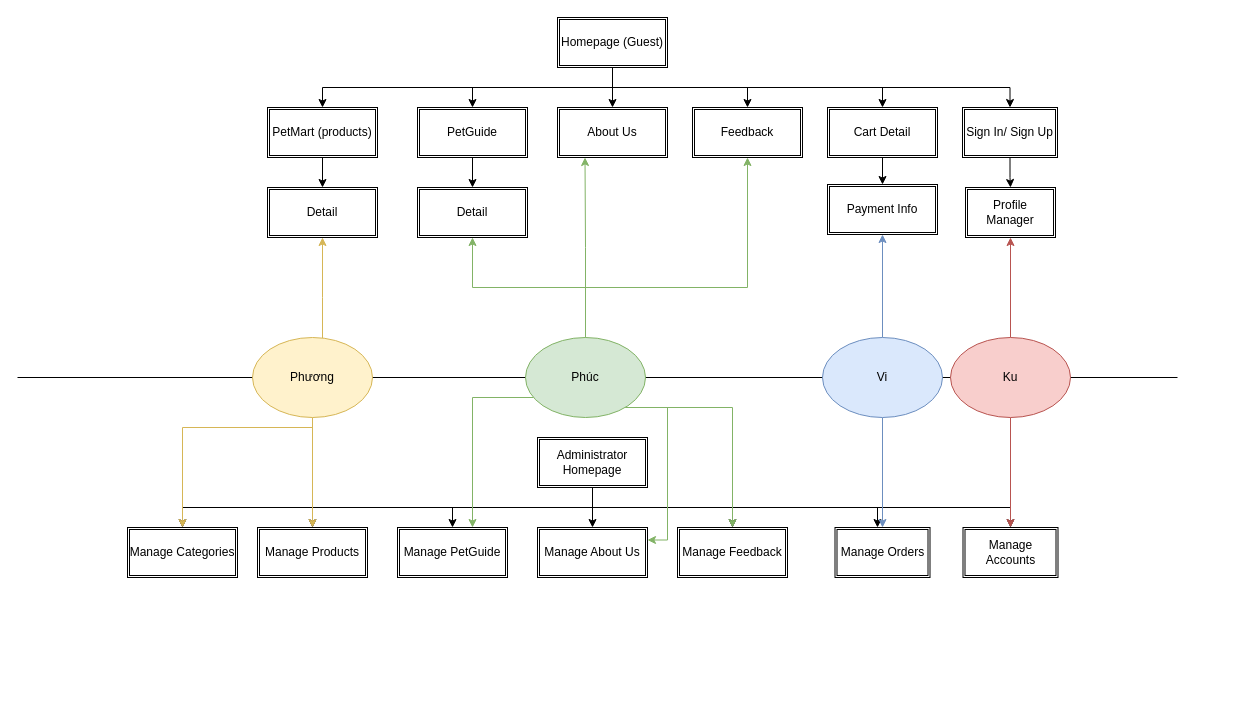
This is page "Site Map" (1 of 3) of PetCare-design-Phuong-PC.drawio from duyphuong403/PetCare, a draw.io file, before an edit. Source tidied: cells renumbered, new cells numbered last; positions are measured from the earlier drawing's top-left corner, leaving out a move shared by most shapes. Both pictures are drawn from the tidied source at 100%, with x=0, y=0 at pixel (17, 17).
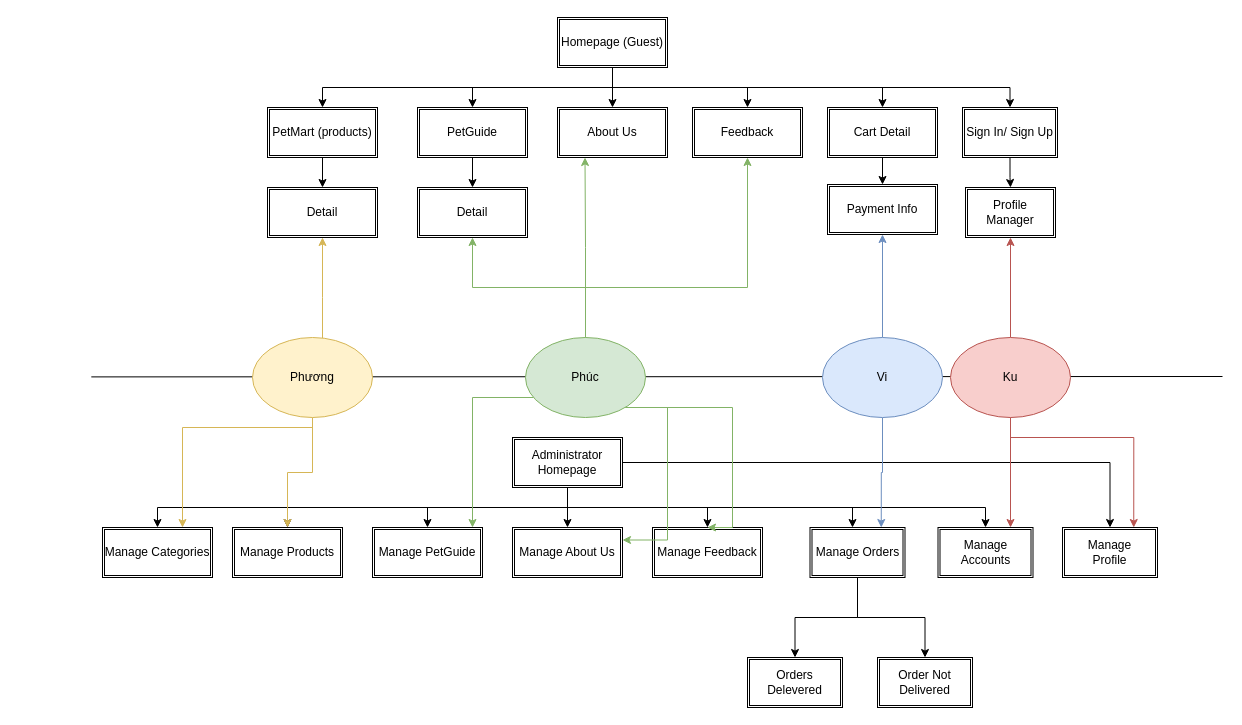
The same page after the edit.

Unchanged cells that the change refers to:
```xml
<mxCell id="41" value="Vi" style="ellipse;whiteSpace=wrap;html=1;fillColor=#dae8fc;strokeColor=#6c8ebf;" parent="1" vertex="1">
  <mxGeometry x="805" y="320" width="120" height="80" as="geometry" />
</mxCell>
<mxCell id="44" value="Ku" style="ellipse;whiteSpace=wrap;html=1;fillColor=#f8cecc;strokeColor=#b85450;" parent="1" vertex="1">
  <mxGeometry x="933" y="320" width="120" height="80" as="geometry" />
</mxCell>
```

Change to the diagram source:
```diff
@@
     <mxCell id="24" style="edgeStyle=orthogonalEdgeStyle;rounded=0;jettySize=auto;html=1;exitX=0.5;exitY=1;exitDx=0;exitDy=0;" parent="1" edge="1" source="29" target="32">
       <mxGeometry relative="1" as="geometry">
         <Array as="points">
-          <mxPoint x="575" y="470" />
-          <mxPoint x="575" y="535" />
+          <mxPoint x="550" y="470" />
+          <mxPoint x="550" y="535" />
         </Array>
       </mxGeometry>
     </mxCell>
     <mxCell id="25" style="edgeStyle=orthogonalEdgeStyle;rounded=0;jettySize=auto;html=1;entryX=0.5;entryY=0;entryDx=0;entryDy=0;exitX=0.5;exitY=1;exitDx=0;exitDy=0;" parent="1" edge="1" source="29" target="33">
       <mxGeometry relative="1" as="geometry">
         <Array as="points">
-          <mxPoint x="575" y="490" />
-          <mxPoint x="715" y="490" />
+          <mxPoint x="550" y="490" />
+          <mxPoint x="690" y="490" />
         </Array>
       </mxGeometry>
     </mxCell>
     <mxCell id="26" style="edgeStyle=orthogonalEdgeStyle;rounded=0;jettySize=auto;html=1;entryX=0.5;entryY=0;entryDx=0;entryDy=0;" parent="1" edge="1" target="35">
       <mxGeometry relative="1" as="geometry">
-        <mxPoint x="575" y="470" as="sourcePoint" />
+        <mxPoint x="550" y="470" as="sourcePoint" />
         <Array as="points">
-          <mxPoint x="575" y="490" />
-          <mxPoint x="295" y="490" />
+          <mxPoint x="550" y="490" />
+          <mxPoint x="270" y="490" />
         </Array>
       </mxGeometry>
     </mxCell>
     <mxCell id="27" style="edgeStyle=orthogonalEdgeStyle;rounded=0;jettySize=auto;html=1;" parent="1" edge="1" source="29" target="36">
       <mxGeometry relative="1" as="geometry">
         <Array as="points">
-          <mxPoint x="575" y="490" />
-          <mxPoint x="860" y="490" />
+          <mxPoint x="550" y="490" />
+          <mxPoint x="835" y="490" />
         </Array>
       </mxGeometry>
     </mxCell>
     <mxCell id="28" style="edgeStyle=orthogonalEdgeStyle;rounded=0;jettySize=auto;html=1;entryX=0.5;entryY=0;entryDx=0;entryDy=0;" parent="1" edge="1" source="29" target="45">
       <mxGeometry relative="1" as="geometry">
         <Array as="points">
-          <mxPoint x="575" y="490" />
-          <mxPoint x="165" y="490" />
+          <mxPoint x="550" y="490" />
+          <mxPoint x="140" y="490" />
         </Array>
       </mxGeometry>
     </mxCell>
+    <mxCell id="57" style="edgeStyle=orthogonalEdgeStyle;rounded=0;jettySize=auto;html=1;entryX=0.5;entryY=0;entryDx=0;entryDy=0;" parent="1" edge="1" source="29" target="63">
+      <mxGeometry relative="1" as="geometry" />
+    </mxCell>
     <mxCell id="29" value="Administrator Homepage" style="shape=ext;double=1;rounded=0;whiteSpace=wrap;html=1;" parent="1" vertex="1">
-      <mxGeometry x="520" y="420" width="110" height="50" as="geometry" />
+      <mxGeometry x="495" y="420" width="110" height="50" as="geometry" />
     </mxCell>
     <mxCell id="30" value="Manage Accounts" style="shape=ext;double=1;rounded=0;whiteSpace=wrap;html=1;" parent="1" vertex="1">
-      <mxGeometry x="945.5" y="510" width="95" height="50" as="geometry" />
+      <mxGeometry x="920.5" y="510" width="95" height="50" as="geometry" />
     </mxCell>
     <mxCell id="31" value="Manage PetGuide" style="shape=ext;double=1;rounded=0;whiteSpace=wrap;html=1;" parent="1" vertex="1">
-      <mxGeometry x="380" y="510" width="110" height="50" as="geometry" />
+      <mxGeometry x="355" y="510" width="110" height="50" as="geometry" />
     </mxCell>
     <mxCell id="32" value="Manage About Us" style="shape=ext;double=1;rounded=0;whiteSpace=wrap;html=1;" parent="1" vertex="1">
-      <mxGeometry x="520" y="510" width="110" height="50" as="geometry" />
+      <mxGeometry x="495" y="510" width="110" height="50" as="geometry" />
     </mxCell>
     <mxCell id="33" value="Manage Feedback" style="shape=ext;double=1;rounded=0;whiteSpace=wrap;html=1;" parent="1" vertex="1">
-      <mxGeometry x="660" y="510" width="110" height="50" as="geometry" />
+      <mxGeometry x="635" y="510" width="110" height="50" as="geometry" />
     </mxCell>
     <mxCell id="34" style="endArrow=none;html=1;" parent="1" edge="1">
       <mxGeometry relative="1" as="geometry">
-        <mxPoint y="360" as="sourcePoint" />
-        <mxPoint x="1160" y="360" as="targetPoint" />
+        <mxPoint x="73.8" y="359.4" as="sourcePoint" />
+        <mxPoint x="1205" y="359" as="targetPoint" />
       </mxGeometry>
     </mxCell>
     <mxCell id="35" value="Manage Products" style="shape=ext;double=1;rounded=0;whiteSpace=wrap;html=1;" parent="1" vertex="1">
-      <mxGeometry x="240" y="510" width="110" height="50" as="geometry" />
+      <mxGeometry x="215" y="510" width="110" height="50" as="geometry" />
     </mxCell>
+    <mxCell id="58" style="edgeStyle=orthogonalEdgeStyle;rounded=0;jettySize=auto;html=1;" parent="1" edge="1" source="36" target="60">
+      <mxGeometry relative="1" as="geometry" />
+    </mxCell>
+    <mxCell id="59" style="edgeStyle=orthogonalEdgeStyle;rounded=0;jettySize=auto;html=1;entryX=0.5;entryY=0;entryDx=0;entryDy=0;" parent="1" edge="1" source="36" target="62">
+      <mxGeometry relative="1" as="geometry" />
+    </mxCell>
     <mxCell id="36" value="Manage Orders" style="shape=ext;double=1;rounded=0;whiteSpace=wrap;html=1;" parent="1" vertex="1">
-      <mxGeometry x="817.5" y="510" width="95" height="50" as="geometry" />
+      <mxGeometry x="792.5" y="510" width="95" height="50" as="geometry" />
     </mxCell>
+    <mxCell id="60" value="Order Not Delivered" style="shape=ext;double=1;rounded=0;whiteSpace=wrap;html=1;" parent="1" vertex="1">
+      <mxGeometry x="860" y="640" width="95" height="50" as="geometry" />
+    </mxCell>
@@
-    <mxCell id="40" style="edgeStyle=orthogonalEdgeStyle;rounded=0;jettySize=auto;html=1;entryX=0.5;entryY=0;entryDx=0;entryDy=0;fillColor=#dae8fc;strokeColor=#6c8ebf;" parent="1" edge="1" source="41" target="36">
+    <mxCell id="40" style="edgeStyle=orthogonalEdgeStyle;rounded=0;jettySize=auto;html=1;entryX=0.75;entryY=0;entryDx=0;entryDy=0;fillColor=#dae8fc;strokeColor=#6c8ebf;" parent="1" edge="1" source="41" target="36">
       <mxGeometry relative="1" as="geometry" />
     </mxCell>
@@
+    <mxCell id="61" style="edgeStyle=orthogonalEdgeStyle;rounded=0;jettySize=auto;html=1;entryX=0.75;entryY=0;entryDx=0;entryDy=0;fillColor=#f8cecc;strokeColor=#b85450;" parent="1" edge="1" source="44" target="63">
+      <mxGeometry relative="1" as="geometry">
+        <Array as="points">
+          <mxPoint x="993" y="420" />
+          <mxPoint x="1116" y="420" />
+        </Array>
+      </mxGeometry>
+    </mxCell>
@@
     <mxCell id="45" value="&lt;span style=&quot;white-space: normal&quot;&gt;Manage&amp;nbsp;&lt;/span&gt;Categories" style="shape=ext;double=1;rounded=0;whiteSpace=wrap;html=1;" parent="1" vertex="1">
-      <mxGeometry x="110" y="510" width="110" height="50" as="geometry" />
+      <mxGeometry x="85" y="510" width="110" height="50" as="geometry" />
     </mxCell>
@@
+    <mxCell id="62" value="Orders Delevered" style="shape=ext;double=1;rounded=0;whiteSpace=wrap;html=1;" parent="1" vertex="1">
+      <mxGeometry x="730" y="640" width="95" height="50" as="geometry" />
+    </mxCell>
+    <mxCell id="63" value="Manage &lt;br&gt;Profile" style="shape=ext;double=1;rounded=0;whiteSpace=wrap;html=1;" parent="1" vertex="1">
+      <mxGeometry x="1045" y="510" width="95" height="50" as="geometry" />
+    </mxCell>
```
